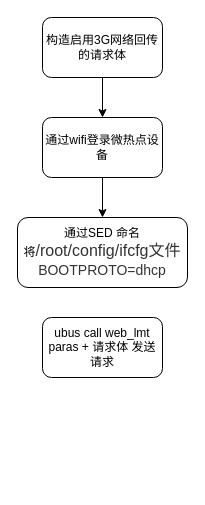
This is platform_receiving_3G.drawio from Chenguoqing2008/drawio, a draw.io file, before an edit. Source tidied: cells renumbered, new cells numbered last; positions are measured from the earlier drawing's top-left corner, leaving out a move shared by most shapes. Both pictures are drawn from the tidied source at 100%, with x=0, y=0 at pixel (17, 17).
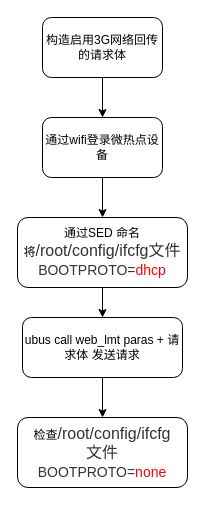
After the change.

What changed in the source:
```diff
@@
 <mxGraphModel>
   <root>
     <mxCell id="0" />
     <mxCell id="1" parent="0" />
     <mxCell id="2" style="edgeStyle=orthogonalEdgeStyle;rounded=0;jettySize=auto;html=1;exitX=0.5;exitY=1;exitDx=0;exitDy=0;entryX=0.5;entryY=0;entryDx=0;entryDy=0;" parent="1" edge="1" source="3" target="5">
       <mxGeometry relative="1" as="geometry" />
     </mxCell>
     <mxCell id="3" value="构造启用3G网络回传的请求体" style="rounded=1;whiteSpace=wrap;html=1;" parent="1" vertex="1">
       <mxGeometry x="25" width="120" height="60" as="geometry" />
     </mxCell>
     <mxCell id="4" style="edgeStyle=orthogonalEdgeStyle;rounded=0;jettySize=auto;html=1;exitX=0.5;exitY=1;exitDx=0;exitDy=0;entryX=0.5;entryY=0;entryDx=0;entryDy=0;" parent="1" edge="1" source="5" target="6">
       <mxGeometry relative="1" as="geometry" />
     </mxCell>
     <mxCell id="5" value="通过wifi登录微热点设备" style="rounded=1;whiteSpace=wrap;html=1;" parent="1" vertex="1">
       <mxGeometry x="25" y="100" width="120" height="60" as="geometry" />
     </mxCell>
+    <mxCell id="8" style="edgeStyle=orthogonalEdgeStyle;rounded=0;jettySize=auto;html=1;exitX=0.5;exitY=1;exitDx=0;exitDy=0;entryX=0.5;entryY=0;entryDx=0;entryDy=0;" parent="1" edge="1" source="6" target="7">
+      <mxGeometry relative="1" as="geometry" />
+    </mxCell>
-    <mxCell id="6" value="通过SED&amp;nbsp;命名将&lt;span lang=&quot;EN-US&quot; style=&quot;font-size: 12.0pt ; color: #333333&quot;&gt;/root/config/ifcfg文件&lt;br&gt;&lt;span lang=&quot;EN-US&quot; style=&quot;font-size: 10.5pt&quot;&gt;BOOTPROTO=dhcp&lt;/span&gt;&lt;br&gt;&lt;/span&gt;" style="rounded=1;whiteSpace=wrap;html=1;" parent="1" vertex="1">
+    <mxCell id="6" value="通过SED&amp;nbsp;命名将&lt;span lang=&quot;EN-US&quot; style=&quot;font-size: 12pt&quot;&gt;&lt;font color=&quot;#333333&quot;&gt;/root/config/ifcfg文件&lt;/font&gt;&lt;br&gt;&lt;span lang=&quot;EN-US&quot; style=&quot;font-size: 10.5pt&quot;&gt;&lt;font color=&quot;#333333&quot;&gt;BOOTPROTO=&lt;/font&gt;&lt;font color=&quot;#ff0000&quot;&gt;dhcp&lt;/font&gt;&lt;/span&gt;&lt;br&gt;&lt;/span&gt;" style="rounded=1;whiteSpace=wrap;html=1;" parent="1" vertex="1">
       <mxGeometry y="200" width="170" height="70" as="geometry" />
     </mxCell>
+    <mxCell id="9" style="edgeStyle=orthogonalEdgeStyle;rounded=0;jettySize=auto;html=1;exitX=0.5;exitY=1;exitDx=0;exitDy=0;entryX=0.5;entryY=0;entryDx=0;entryDy=0;" parent="1" edge="1" source="7" target="10">
+      <mxGeometry relative="1" as="geometry" />
+    </mxCell>
     <mxCell id="7" value="ubus call web_lmt paras +&amp;nbsp;请求体&amp;nbsp;发送请求" style="rounded=1;whiteSpace=wrap;html=1;" parent="1" vertex="1">
-      <mxGeometry x="25" y="300" width="120" height="60" as="geometry" />
+      <mxGeometry x="5" y="300" width="160" height="60" as="geometry" />
     </mxCell>
+    <mxCell id="10" value="检查&lt;span lang=&quot;EN-US&quot; style=&quot;font-size: 12pt&quot;&gt;&lt;font color=&quot;#333333&quot;&gt;/root/config/ifcfg&lt;br&gt;文件&lt;/font&gt;&lt;br&gt;&lt;span lang=&quot;EN-US&quot; style=&quot;font-size: 10.5pt&quot;&gt;&lt;font color=&quot;#333333&quot;&gt;BOOTPROTO=&lt;/font&gt;&lt;font color=&quot;#ff0000&quot;&gt;none&lt;/font&gt;&lt;/span&gt;&lt;br&gt;&lt;/span&gt;" style="rounded=1;whiteSpace=wrap;html=1;" parent="1" vertex="1">
+      <mxGeometry y="400" width="170" height="70" as="geometry" />
+    </mxCell>
   </root>
 </mxGraphModel>
```
